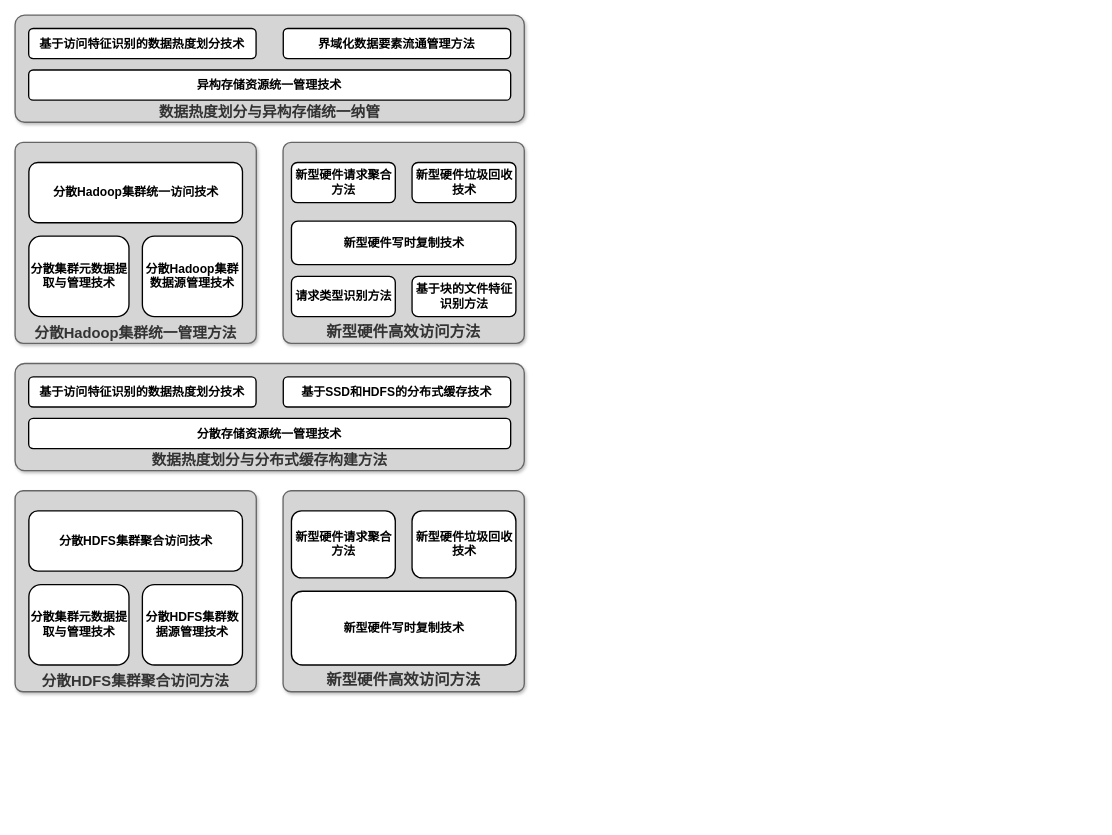
Before: page "第 3 页" (3 of 3) of UML/分布式缓存.drawio in wangjq4214/draw.io, a draw.io diagram. Source tidied: cells renumbered, new cells numbered last; positions are measured from the earlier drawing's top-left corner, leaving out a move shared by most shapes. Both pictures are drawn from the tidied source at 67%, with x=0, y=0 at pixel (15, 15).
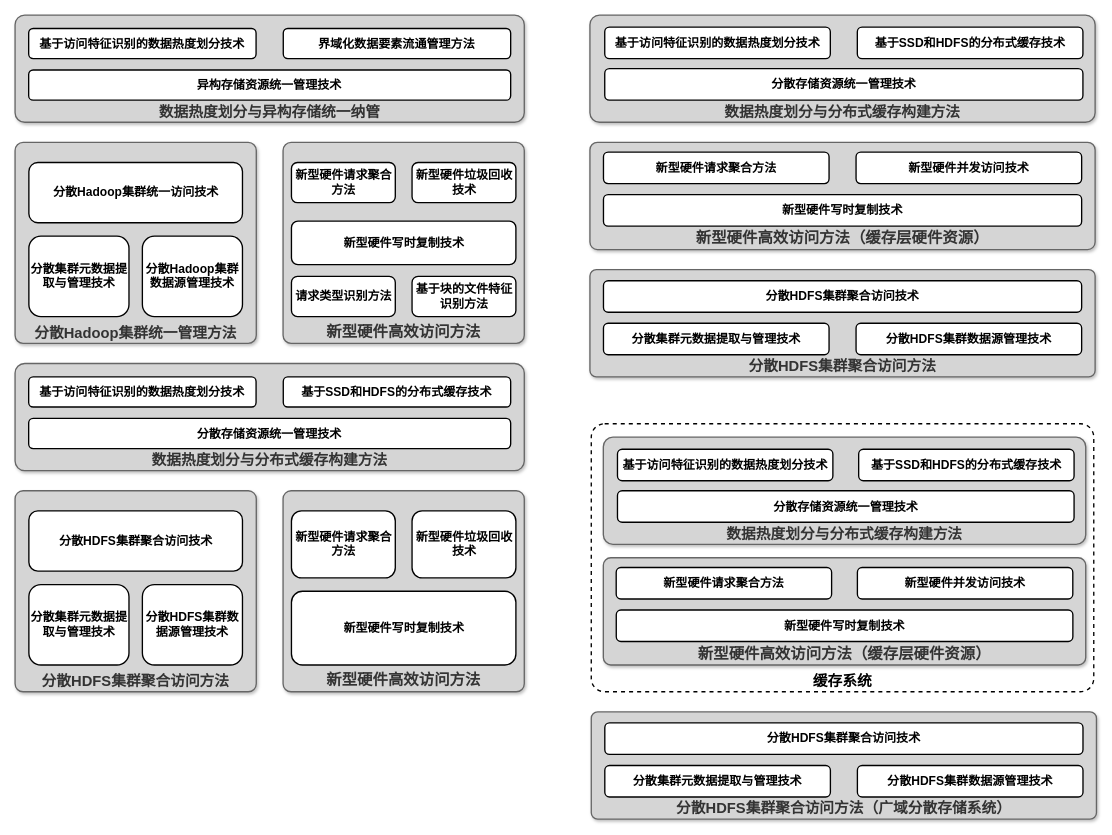
After the change.

Commit message:
更新分布式缓存.drawio

Change to the diagram source:
```diff
@@
+    <mxCell id="28" value="缓存系统" style="rounded=1;whiteSpace=wrap;html=1;strokeWidth=2;arcSize=5;glass=0;dashed=1;fontSize=22;verticalAlign=bottom;fontStyle=1;" parent="1" vertex="1">
+      <mxGeometry x="860" y="610" width="750" height="400" as="geometry" />
+    </mxCell>
@@
+    <mxCell id="29" style="group;" parent="1" vertex="1">
+      <mxGeometry x="858" y="190" width="754" height="160" as="geometry" />
+    </mxCell>
+    <mxCell id="30" value="&lt;b&gt;新型硬件高效访问方法（缓存层硬件资源）&lt;/b&gt;" style="rounded=1;whiteSpace=wrap;html=1;fontSize=23;verticalAlign=bottom;fillColor=#D5D5D5;strokeColor=#666666;fontColor=#333333;strokeWidth=2;shadow=1;arcSize=7;" parent="29" vertex="1">
+      <mxGeometry width="754" height="160" as="geometry" />
+    </mxCell>
+    <mxCell id="31" value="新型硬件写时复制技术" style="rounded=1;whiteSpace=wrap;html=1;fontStyle=1;fontSize=18;strokeWidth=2;" parent="29" vertex="1">
+      <mxGeometry x="20.2" y="78" width="713.7" height="47" as="geometry" />
+    </mxCell>
+    <mxCell id="32" value="新型硬件请求聚合方法" style="rounded=1;whiteSpace=wrap;html=1;fontStyle=1;fontSize=18;strokeWidth=2;" parent="29" vertex="1">
+      <mxGeometry x="20.2" y="14.5" width="336.7" height="47" as="geometry" />
+    </mxCell>
+    <mxCell id="33" value="新型硬件并发访问技术" style="rounded=1;whiteSpace=wrap;html=1;fontStyle=1;fontSize=18;strokeWidth=2;" parent="29" vertex="1">
+      <mxGeometry x="397.2" y="14.5" width="336.7" height="47" as="geometry" />
+    </mxCell>
+    <mxCell id="34" style="group;" parent="1" vertex="1">
+      <mxGeometry x="858" y="380" width="754" height="160" as="geometry" />
+    </mxCell>
+    <mxCell id="35" value="&lt;b style=&quot;font-size: 22px;&quot;&gt;分散HDFS集群聚合访问方法&lt;/b&gt;" style="rounded=1;whiteSpace=wrap;html=1;fontSize=22;verticalAlign=bottom;fillColor=#D5D5D5;strokeColor=#666666;fontColor=#333333;strokeWidth=2;shadow=1;arcSize=6;" parent="34" vertex="1">
+      <mxGeometry width="754" height="160" as="geometry" />
+    </mxCell>
+    <mxCell id="36" value="分散集群元数据提取与管理技术" style="rounded=1;whiteSpace=wrap;html=1;fontStyle=1;fontSize=18;strokeWidth=2;" parent="34" vertex="1">
+      <mxGeometry x="20.2" y="80" width="336.7" height="47" as="geometry" />
+    </mxCell>
+    <mxCell id="37" value="分散HDFS集群数据源管理技术" style="rounded=1;whiteSpace=wrap;html=1;fontStyle=1;fontSize=18;strokeWidth=2;" parent="34" vertex="1">
+      <mxGeometry x="397.2" y="80" width="336.7" height="47" as="geometry" />
+    </mxCell>
+    <mxCell id="38" value="分散HDFS集群聚合访问技术" style="rounded=1;whiteSpace=wrap;html=1;fontStyle=1;fontSize=18;strokeWidth=2;" parent="34" vertex="1">
+      <mxGeometry x="20.2" y="16.5" width="713.7" height="47" as="geometry" />
+    </mxCell>
+    <mxCell id="39" style="group;" parent="1" vertex="1">
+      <mxGeometry x="858" width="754" height="160" as="geometry" />
+    </mxCell>
+    <mxCell id="40" value="&lt;b style=&quot;font-size: 22px;&quot;&gt;数据热度划分与分布式缓存构建方法&lt;/b&gt;" style="rounded=1;whiteSpace=wrap;html=1;strokeWidth=2;fillColor=#D5D5D5;fontColor=#333333;strokeColor=#666666;shadow=1;fontSize=22;verticalAlign=bottom;arcSize=9;" parent="39" vertex="1">
+      <mxGeometry width="754" height="160" as="geometry" />
+    </mxCell>
+    <mxCell id="41" value="分散存储资源统一管理技术" style="rounded=1;whiteSpace=wrap;html=1;fontStyle=1;fontSize=18;strokeWidth=2;" parent="39" vertex="1">
+      <mxGeometry x="22.1" y="80" width="713.7" height="47" as="geometry" />
+    </mxCell>
+    <mxCell id="42" value="基于访问特征识别的数据热度划分技术" style="rounded=1;whiteSpace=wrap;html=1;fontStyle=1;fontSize=18;strokeWidth=2;" parent="39" vertex="1">
+      <mxGeometry x="22.1" y="18" width="336.7" height="47" as="geometry" />
+    </mxCell>
+    <mxCell id="43" value="基于SSD和HDFS的分布式缓存技术" style="rounded=1;whiteSpace=wrap;html=1;fontStyle=1;fontSize=18;strokeWidth=2;" parent="39" vertex="1">
+      <mxGeometry x="399.1" y="18" width="336.7" height="47" as="geometry" />
+    </mxCell>
+    <mxCell id="44" style="group;" parent="1" vertex="1">
+      <mxGeometry x="878" y="810" width="720" height="160" as="geometry" />
+    </mxCell>
+    <mxCell id="45" value="&lt;b&gt;新型硬件高效访问方法（缓存层硬件资源）&lt;/b&gt;" style="rounded=1;whiteSpace=wrap;html=1;fontSize=23;verticalAlign=bottom;fillColor=#D5D5D5;strokeColor=#666666;fontColor=#333333;strokeWidth=2;shadow=1;arcSize=7;" parent="44" vertex="1">
+      <mxGeometry width="720" height="160" as="geometry" />
+    </mxCell>
+    <mxCell id="46" value="新型硬件写时复制技术" style="rounded=1;whiteSpace=wrap;html=1;fontStyle=1;fontSize=18;strokeWidth=2;" parent="44" vertex="1">
+      <mxGeometry x="19.3" y="78" width="681.5" height="47" as="geometry" />
+    </mxCell>
+    <mxCell id="47" value="新型硬件请求聚合方法" style="rounded=1;whiteSpace=wrap;html=1;fontStyle=1;fontSize=18;strokeWidth=2;" parent="44" vertex="1">
+      <mxGeometry x="19.2" y="14.5" width="321.5" height="47" as="geometry" />
+    </mxCell>
+    <mxCell id="48" value="新型硬件并发访问技术" style="rounded=1;whiteSpace=wrap;html=1;fontStyle=1;fontSize=18;strokeWidth=2;" parent="44" vertex="1">
+      <mxGeometry x="379.2" y="14.5" width="321.5" height="47" as="geometry" />
+    </mxCell>
+    <mxCell id="49" style="group;" parent="1" vertex="1">
+      <mxGeometry x="860" y="1040" width="754" height="160" as="geometry" />
+    </mxCell>
+    <mxCell id="50" value="&lt;b style=&quot;font-size: 22px;&quot;&gt;分散HDFS集群聚合访问方法（广域分散存储系统）&lt;/b&gt;" style="rounded=1;whiteSpace=wrap;html=1;fontSize=22;verticalAlign=bottom;fillColor=#D5D5D5;strokeColor=#666666;fontColor=#333333;strokeWidth=2;shadow=1;arcSize=6;" parent="49" vertex="1">
+      <mxGeometry width="754" height="160" as="geometry" />
+    </mxCell>
+    <mxCell id="51" value="分散集群元数据提取与管理技术" style="rounded=1;whiteSpace=wrap;html=1;fontStyle=1;fontSize=18;strokeWidth=2;" parent="49" vertex="1">
+      <mxGeometry x="20.2" y="80" width="336.7" height="47" as="geometry" />
+    </mxCell>
+    <mxCell id="52" value="分散HDFS集群数据源管理技术" style="rounded=1;whiteSpace=wrap;html=1;fontStyle=1;fontSize=18;strokeWidth=2;" parent="49" vertex="1">
+      <mxGeometry x="397.2" y="80" width="336.7" height="47" as="geometry" />
+    </mxCell>
+    <mxCell id="53" value="分散HDFS集群聚合访问技术" style="rounded=1;whiteSpace=wrap;html=1;fontStyle=1;fontSize=18;strokeWidth=2;" parent="49" vertex="1">
+      <mxGeometry x="20.2" y="16.5" width="713.7" height="47" as="geometry" />
+    </mxCell>
+    <mxCell id="54" style="group;" parent="1" vertex="1">
+      <mxGeometry x="878" y="630" width="720" height="160" as="geometry" />
+    </mxCell>
+    <mxCell id="55" value="&lt;b style=&quot;font-size: 22px;&quot;&gt;数据热度划分与分布式缓存构建方法&lt;/b&gt;" style="rounded=1;whiteSpace=wrap;html=1;strokeWidth=2;fillColor=#D5D5D5;fontColor=#333333;strokeColor=#666666;shadow=1;fontSize=22;verticalAlign=bottom;arcSize=9;" parent="54" vertex="1">
+      <mxGeometry width="720" height="160" as="geometry" />
+    </mxCell>
+    <mxCell id="56" value="分散存储资源统一管理技术" style="rounded=1;whiteSpace=wrap;html=1;fontStyle=1;fontSize=18;strokeWidth=2;" parent="54" vertex="1">
+      <mxGeometry x="21.1" y="80" width="681.5" height="47" as="geometry" />
+    </mxCell>
+    <mxCell id="57" value="基于访问特征识别的数据热度划分技术" style="rounded=1;whiteSpace=wrap;html=1;fontStyle=1;fontSize=18;strokeWidth=2;" parent="54" vertex="1">
+      <mxGeometry x="21.1" y="18" width="321.5" height="47" as="geometry" />
+    </mxCell>
+    <mxCell id="58" value="基于SSD和HDFS的分布式缓存技术" style="rounded=1;whiteSpace=wrap;html=1;fontStyle=1;fontSize=18;strokeWidth=2;" parent="54" vertex="1">
+      <mxGeometry x="381.1" y="18" width="321.5" height="47" as="geometry" />
+    </mxCell>
```
